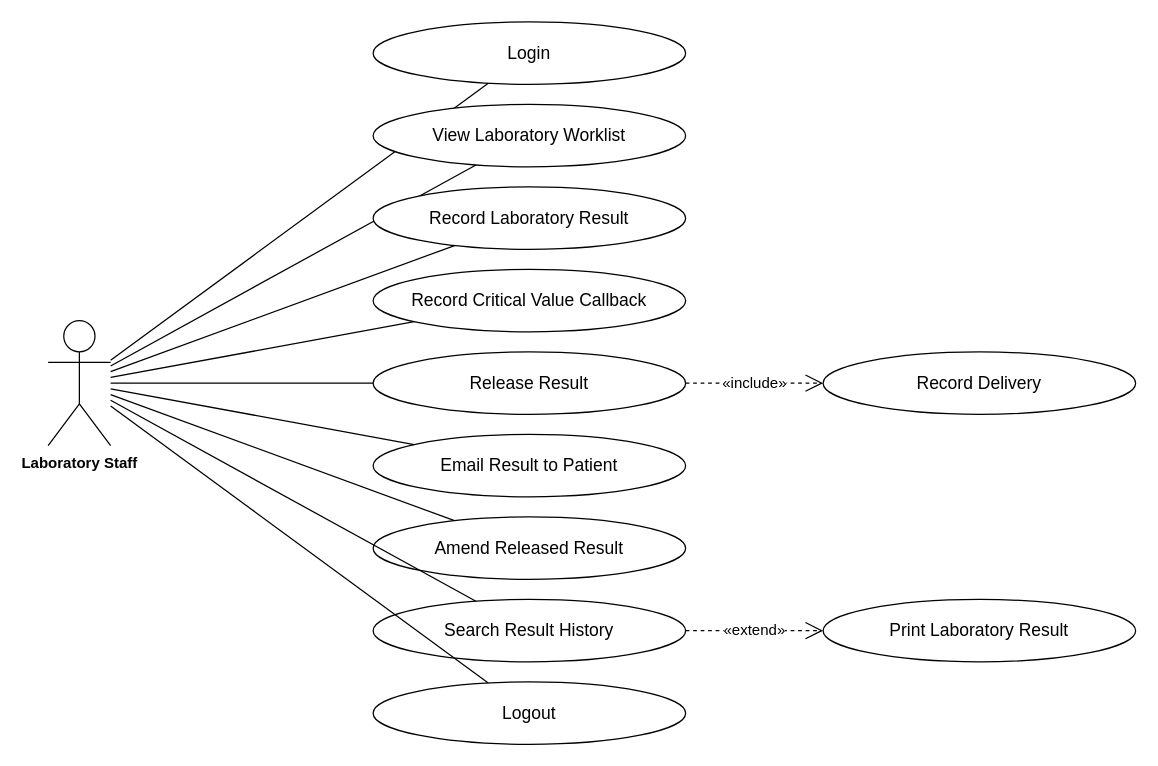
steven23lz/Enlogada-Clinic-Management-System keeps this draw.io diagram as page "Laboratory Staff" (5 of 8) of docs/diagrams/usecases.drawio. Above is the earlier version. Source tidied: cells renumbered, new cells numbered last; positions are measured from the earlier drawing's top-left corner, leaving out a move shared by most shapes. Both pictures are drawn from the tidied source at 125%, with x=0, y=0 at pixel (48, 21).
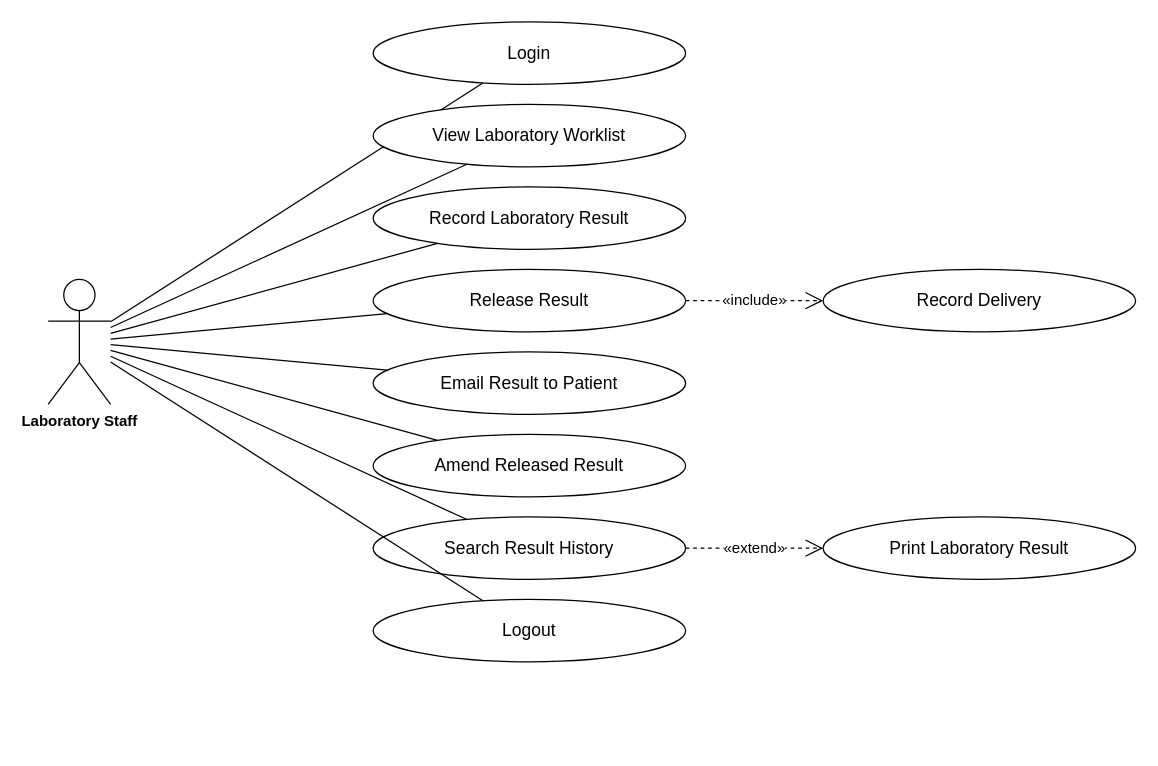
The same page after the edit.

The edit, as a diff of the source:
```diff
@@
     <mxCell id="2" value="Laboratory Staff" style="shape=umlActor;verticalLabelPosition=bottom;verticalAlign=top;html=1;outlineConnect=0;fontFamily=Helvetica;fontSize=12;fontStyle=1;" parent="1" vertex="1">
-      <mxGeometry y="239" width="50" height="100" as="geometry" />
+      <mxGeometry y="206" width="50" height="100" as="geometry" />
     </mxCell>
@@
-    <mxCell id="9" value="Record Critical Value Callback" style="ellipse;whiteSpace=wrap;html=1;fontFamily=Helvetica;fontSize=14;fontColor=#000000;strokeColor=#000000;" parent="1" vertex="1">
+    <mxCell id="9" value="Release Result" style="ellipse;whiteSpace=wrap;html=1;fontFamily=Helvetica;fontSize=14;fontColor=#000000;strokeColor=#000000;" parent="1" vertex="1">
       <mxGeometry x="260" y="198" width="250" height="50" as="geometry" />
     </mxCell>
@@
-    <mxCell id="11" value="Release Result" style="ellipse;whiteSpace=wrap;html=1;fontFamily=Helvetica;fontSize=14;fontColor=#000000;strokeColor=#000000;" parent="1" vertex="1">
+    <mxCell id="11" value="Email Result to Patient" style="ellipse;whiteSpace=wrap;html=1;fontFamily=Helvetica;fontSize=14;fontColor=#000000;strokeColor=#000000;" parent="1" vertex="1">
       <mxGeometry x="260" y="264" width="250" height="50" as="geometry" />
     </mxCell>
@@
-    <mxCell id="13" value="Email Result to Patient" style="ellipse;whiteSpace=wrap;html=1;fontFamily=Helvetica;fontSize=14;fontColor=#000000;strokeColor=#000000;" parent="1" vertex="1">
+    <mxCell id="13" value="Amend Released Result" style="ellipse;whiteSpace=wrap;html=1;fontFamily=Helvetica;fontSize=14;fontColor=#000000;strokeColor=#000000;" parent="1" vertex="1">
       <mxGeometry x="260" y="330" width="250" height="50" as="geometry" />
     </mxCell>
@@
-    <mxCell id="15" value="Amend Released Result" style="ellipse;whiteSpace=wrap;html=1;fontFamily=Helvetica;fontSize=14;fontColor=#000000;strokeColor=#000000;" parent="1" vertex="1">
+    <mxCell id="15" value="Search Result History" style="ellipse;whiteSpace=wrap;html=1;fontFamily=Helvetica;fontSize=14;fontColor=#000000;strokeColor=#000000;" parent="1" vertex="1">
       <mxGeometry x="260" y="396" width="250" height="50" as="geometry" />
     </mxCell>
@@
-    <mxCell id="17" value="Search Result History" style="ellipse;whiteSpace=wrap;html=1;fontFamily=Helvetica;fontSize=14;fontColor=#000000;strokeColor=#000000;" parent="1" vertex="1">
+    <mxCell id="17" value="Logout" style="ellipse;whiteSpace=wrap;html=1;fontFamily=Helvetica;fontSize=14;fontColor=#000000;strokeColor=#000000;" parent="1" vertex="1">
       <mxGeometry x="260" y="462" width="250" height="50" as="geometry" />
     </mxCell>
@@
-    <mxCell id="19" value="Logout" style="ellipse;whiteSpace=wrap;html=1;fontFamily=Helvetica;fontSize=14;fontColor=#000000;strokeColor=#000000;" parent="1" vertex="1">
-      <mxGeometry x="260" y="528" width="250" height="50" as="geometry" />
+    <mxCell id="19" value="Print Laboratory Result" style="ellipse;whiteSpace=wrap;html=1;fontFamily=Helvetica;fontSize=14;fontColor=#000000;strokeColor=#000000;" parent="1" vertex="1">
+      <mxGeometry x="620" y="396" width="250" height="50" as="geometry" />
     </mxCell>
-    <mxCell id="20" style="edgeStyle=none;rounded=0;html=1;endArrow=none;fontFamily=Helvetica;fontSize=12;fontColor=#000000;strokeColor=#000000;" parent="1" edge="1" source="2" target="19">
+    <mxCell id="20" value="«extend»" style="endArrow=open;endSize=12;dashed=1;html=1;fontFamily=Helvetica;fontSize=12;fontColor=#000000;strokeColor=#000000;" parent="1" edge="1" source="15" target="19">
       <mxGeometry relative="1" as="geometry" />
     </mxCell>
-    <mxCell id="21" value="Print Laboratory Result" style="ellipse;whiteSpace=wrap;html=1;fontFamily=Helvetica;fontSize=14;fontColor=#000000;strokeColor=#000000;" parent="1" vertex="1">
-      <mxGeometry x="620" y="462" width="250" height="50" as="geometry" />
+    <mxCell id="21" value="Record Delivery" style="ellipse;whiteSpace=wrap;html=1;fontFamily=Helvetica;fontSize=14;fontColor=#000000;strokeColor=#000000;" parent="1" vertex="1">
+      <mxGeometry x="620" y="198" width="250" height="50" as="geometry" />
     </mxCell>
-    <mxCell id="22" value="«extend»" style="endArrow=open;endSize=12;dashed=1;html=1;fontFamily=Helvetica;fontSize=12;fontColor=#000000;strokeColor=#000000;" parent="1" edge="1" source="17" target="21">
+    <mxCell id="22" value="«include»" style="endArrow=open;endSize=12;dashed=1;html=1;fontFamily=Helvetica;fontSize=12;fontColor=#000000;strokeColor=#000000;" parent="1" edge="1" source="9" target="21">
       <mxGeometry relative="1" as="geometry" />
     </mxCell>
-    <mxCell id="23" value="Record Delivery" style="ellipse;whiteSpace=wrap;html=1;fontFamily=Helvetica;fontSize=14;fontColor=#000000;strokeColor=#000000;" parent="1" vertex="1">
-      <mxGeometry x="620" y="264" width="250" height="50" as="geometry" />
-    </mxCell>
-    <mxCell id="24" value="«include»" style="endArrow=open;endSize=12;dashed=1;html=1;fontFamily=Helvetica;fontSize=12;fontColor=#000000;strokeColor=#000000;" parent="1" edge="1" source="11" target="23">
-      <mxGeometry relative="1" as="geometry" />
-    </mxCell>
```
